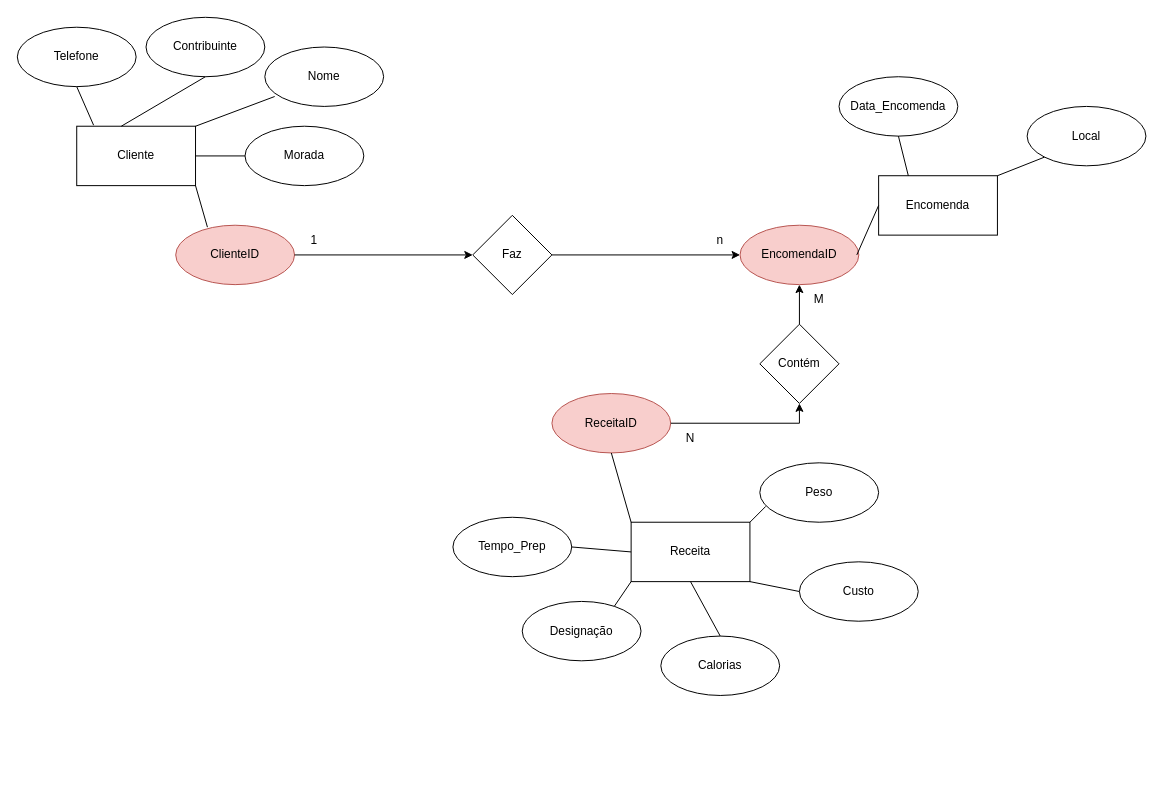
Before: Modelo EA - Praticas/pratica3.drawio in joaoabreu1/flowcharts, a draw.io diagram. Source tidied: cells renumbered, new cells numbered last; positions are measured from the earlier drawing's top-left corner, leaving out a move shared by most shapes. Both pictures are drawn from the tidied source at 99%, with x=0, y=0 at pixel (17, 17).
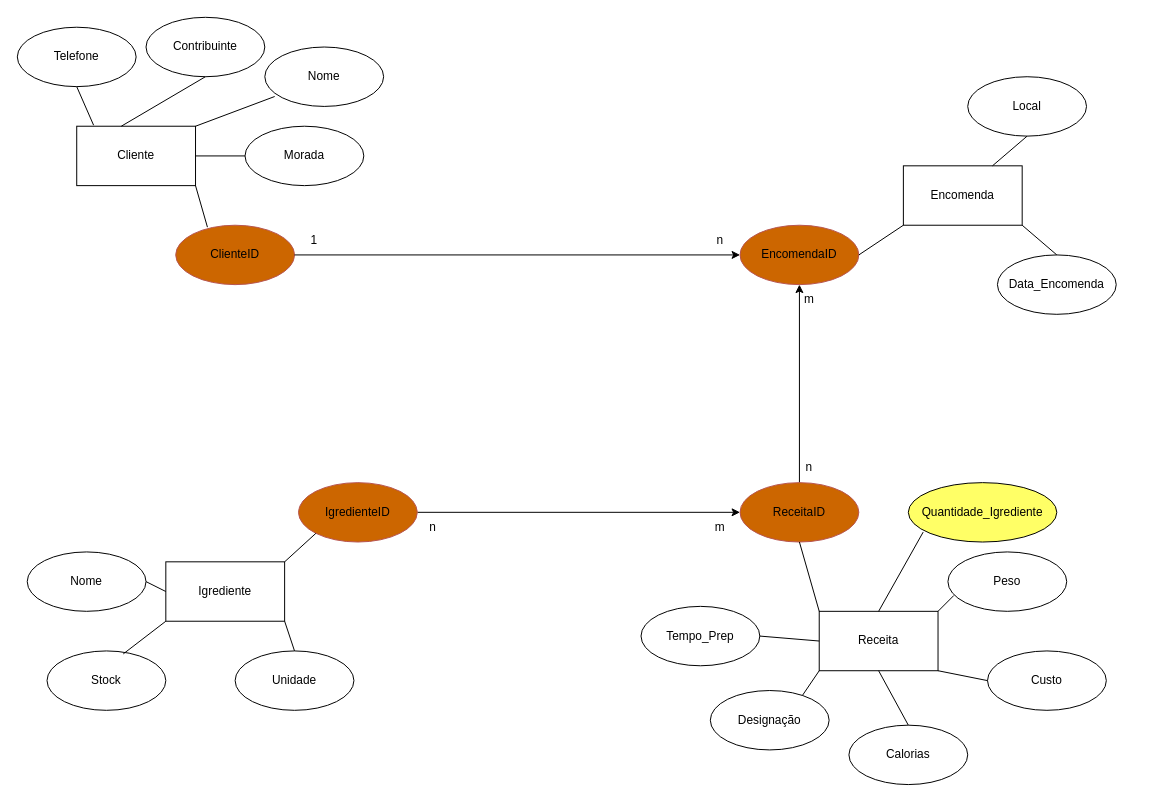
Above is the later version.

The edit, as a diff of the source:
```diff
@@
     <mxCell id="3" value="Encomenda" style="rounded=0;whiteSpace=wrap;html=1;" parent="1" vertex="1">
-      <mxGeometry x="870" y="160" width="120" height="60" as="geometry" />
+      <mxGeometry x="895" y="150" width="120" height="60" as="geometry" />
     </mxCell>
     <mxCell id="4" value="Receita" style="rounded=0;whiteSpace=wrap;html=1;" parent="1" vertex="1">
-      <mxGeometry x="620" y="510" width="120" height="60" as="geometry" />
+      <mxGeometry x="810" y="600" width="120" height="60" as="geometry" />
     </mxCell>
@@
-    <mxCell id="9" style="edgeStyle=orthogonalEdgeStyle;rounded=0;jettySize=auto;html=1;entryX=0;entryY=0.5;entryDx=0;entryDy=0;" parent="1" edge="1" source="37" target="11">
-      <mxGeometry relative="1" as="geometry" />
-    </mxCell>
-    <mxCell id="10" value="ClienteID" style="ellipse;whiteSpace=wrap;html=1;fillColor=#f8cecc;strokeColor=#b85450;" parent="1" vertex="1">
+    <mxCell id="10" value="ClienteID" style="ellipse;whiteSpace=wrap;html=1;fillColor=#CC6600;strokeColor=#b85450;" parent="1" vertex="1">
       <mxGeometry x="160" y="210" width="120" height="60" as="geometry" />
     </mxCell>
-    <mxCell id="11" value="EncomendaID" style="ellipse;whiteSpace=wrap;html=1;fillColor=#f8cecc;strokeColor=#b85450;" parent="1" vertex="1">
+    <mxCell id="11" value="EncomendaID" style="ellipse;whiteSpace=wrap;html=1;fillColor=#CC6600;strokeColor=#b85450;" parent="1" vertex="1">
       <mxGeometry x="730" y="210" width="120" height="60" as="geometry" />
     </mxCell>
-    <mxCell id="12" style="edgeStyle=orthogonalEdgeStyle;rounded=0;jettySize=auto;html=1;entryX=0.5;entryY=1;entryDx=0;entryDy=0;" parent="1" edge="1" source="40" target="11">
-      <mxGeometry relative="1" as="geometry" />
-    </mxCell>
+    <mxCell id="43" style="edgeStyle=orthogonalEdgeStyle;rounded=0;jettySize=auto;html=1;entryX=0.5;entryY=1;entryDx=0;entryDy=0;" parent="1" edge="1" source="13" target="11">
+      <mxGeometry relative="1" as="geometry" />
+    </mxCell>
-    <mxCell id="13" value="ReceitaID" style="ellipse;whiteSpace=wrap;html=1;fillColor=#f8cecc;strokeColor=#b85450;" parent="1" vertex="1">
-      <mxGeometry x="540" y="380" width="120" height="60" as="geometry" />
+    <mxCell id="13" value="ReceitaID" style="ellipse;whiteSpace=wrap;html=1;fillColor=#CC6600;strokeColor=#b85450;" parent="1" vertex="1">
+      <mxGeometry x="730" y="470" width="120" height="60" as="geometry" />
     </mxCell>
@@
     <mxCell id="19" value="Data_Encomenda" style="ellipse;whiteSpace=wrap;html=1;" parent="1" vertex="1">
-      <mxGeometry x="830" y="60" width="120" height="60" as="geometry" />
+      <mxGeometry x="990" y="240" width="120" height="60" as="geometry" />
     </mxCell>
     <mxCell id="20" value="Local" style="ellipse;whiteSpace=wrap;html=1;" parent="1" vertex="1">
-      <mxGeometry x="1020" y="90" width="120" height="60" as="geometry" />
+      <mxGeometry x="960" y="60" width="120" height="60" as="geometry" />
     </mxCell>
     <mxCell id="21" value="Designação" style="ellipse;whiteSpace=wrap;html=1;" parent="1" vertex="1">
-      <mxGeometry x="510" y="590" width="120" height="60" as="geometry" />
+      <mxGeometry x="700" y="680" width="120" height="60" as="geometry" />
     </mxCell>
     <mxCell id="22" value="Tempo_Prep" style="ellipse;whiteSpace=wrap;html=1;" parent="1" vertex="1">
-      <mxGeometry x="440" y="505" width="120" height="60" as="geometry" />
+      <mxGeometry x="630" y="595" width="120" height="60" as="geometry" />
     </mxCell>
     <mxCell id="23" value="Peso" style="ellipse;whiteSpace=wrap;html=1;" parent="1" vertex="1">
-      <mxGeometry x="750" y="450" width="120" height="60" as="geometry" />
+      <mxGeometry x="940" y="540" width="120" height="60" as="geometry" />
     </mxCell>
     <mxCell id="24" value="Calorias" style="ellipse;whiteSpace=wrap;html=1;" parent="1" vertex="1">
-      <mxGeometry x="650" y="625" width="120" height="60" as="geometry" />
+      <mxGeometry x="840" y="715" width="120" height="60" as="geometry" />
     </mxCell>
     <mxCell id="25" value="Custo" style="ellipse;whiteSpace=wrap;html=1;" parent="1" vertex="1">
-      <mxGeometry x="790" y="550" width="120" height="60" as="geometry" />
+      <mxGeometry x="980" y="640" width="120" height="60" as="geometry" />
     </mxCell>
-    <mxCell id="26" style="endArrow=none;html=1;rounded=0;exitX=0.5;exitY=1;exitDx=0;exitDy=0;entryX=0.25;entryY=0;entryDx=0;entryDy=0;" parent="1" edge="1" source="19" target="3">
+    <mxCell id="26" style="endArrow=none;html=1;rounded=0;exitX=0.5;exitY=0;exitDx=0;exitDy=0;entryX=1;entryY=1;entryDx=0;entryDy=0;" parent="1" edge="1" source="19" target="3">
       <mxGeometry relative="1" as="geometry" />
     </mxCell>
-    <mxCell id="27" style="endArrow=none;html=1;rounded=0;exitX=0.983;exitY=0.5;exitDx=0;exitDy=0;entryX=0;entryY=0.5;entryDx=0;entryDy=0;exitPerimeter=0;" parent="1" edge="1" source="11" target="3">
-      <mxGeometry relative="1" as="geometry" />
-    </mxCell>
-    <mxCell id="28" style="endArrow=none;html=1;rounded=0;exitX=0;exitY=1;exitDx=0;exitDy=0;entryX=1;entryY=0;entryDx=0;entryDy=0;" parent="1" edge="1" source="20" target="3">
-      <mxGeometry relative="1" as="geometry" />
+    <mxCell id="28" style="endArrow=none;html=1;rounded=0;exitX=0.5;exitY=1;exitDx=0;exitDy=0;entryX=1;entryY=0;entryDx=0;entryDy=0;" parent="1" edge="1" source="20">
+      <mxGeometry relative="1" as="geometry">
+        <mxPoint x="985" y="150" as="targetPoint" />
+      </mxGeometry>
     </mxCell>
@@
-    <mxCell id="36" style="edgeStyle=orthogonalEdgeStyle;rounded=0;jettySize=auto;html=1;entryX=0;entryY=0.5;entryDx=0;entryDy=0;" parent="1" edge="1" source="10" target="37">
+    <mxCell id="36" style="edgeStyle=orthogonalEdgeStyle;rounded=0;jettySize=auto;html=1;entryX=0;entryY=0.5;entryDx=0;entryDy=0;" parent="1" edge="1" source="10" target="11">
       <mxGeometry relative="1" as="geometry" />
     </mxCell>
-    <mxCell id="37" value="Faz" style="rhombus;whiteSpace=wrap;html=1;" parent="1" vertex="1">
-      <mxGeometry x="460" y="200" width="80" height="80" as="geometry" />
-    </mxCell>
@@
-    <mxCell id="39" style="edgeStyle=orthogonalEdgeStyle;rounded=0;jettySize=auto;html=1;entryX=0.5;entryY=1;entryDx=0;entryDy=0;" parent="1" edge="1" source="13" target="40">
-      <mxGeometry relative="1" as="geometry" />
-    </mxCell>
-    <mxCell id="40" value="Contém" style="rhombus;whiteSpace=wrap;html=1;" parent="1" vertex="1">
-      <mxGeometry x="750" y="310" width="80" height="80" as="geometry" />
-    </mxCell>
-    <mxCell id="41" value="N" style="text;html=1;align=center;verticalAlign=middle;whiteSpace=wrap;rounded=0;" parent="1" vertex="1">
-      <mxGeometry x="650" y="410" width="60" height="30" as="geometry" />
-    </mxCell>
-    <mxCell id="42" value="M" style="text;html=1;align=center;verticalAlign=middle;whiteSpace=wrap;rounded=0;" parent="1" vertex="1">
-      <mxGeometry x="780" y="270" width="60" height="30" as="geometry" />
-    </mxCell>
+    <mxCell id="27" style="endArrow=none;html=1;rounded=0;exitX=1;exitY=0.5;exitDx=0;exitDy=0;entryX=0;entryY=1;entryDx=0;entryDy=0;" parent="1" edge="1" source="11" target="3">
+      <mxGeometry relative="1" as="geometry" />
+    </mxCell>
+    <mxCell id="44" value="n" style="text;html=1;align=center;verticalAlign=middle;whiteSpace=wrap;rounded=0;" parent="1" vertex="1">
+      <mxGeometry x="770" y="440" width="60" height="30" as="geometry" />
+    </mxCell>
+    <mxCell id="45" value="m" style="text;html=1;align=center;verticalAlign=middle;whiteSpace=wrap;rounded=0;" parent="1" vertex="1">
+      <mxGeometry x="770" y="270" width="60" height="30" as="geometry" />
+    </mxCell>
+    <mxCell id="46" style="edgeStyle=orthogonalEdgeStyle;rounded=0;jettySize=auto;html=1;entryX=0;entryY=0.5;entryDx=0;entryDy=0;" parent="1" edge="1" source="47" target="13">
+      <mxGeometry relative="1" as="geometry" />
+    </mxCell>
+    <mxCell id="47" value="IgredienteID" style="ellipse;whiteSpace=wrap;html=1;fillColor=#CC6600;strokeColor=#b85450;" parent="1" vertex="1">
+      <mxGeometry x="284" y="470" width="120" height="60" as="geometry" />
+    </mxCell>
+    <mxCell id="48" value="Igrediente" style="rounded=0;whiteSpace=wrap;html=1;" parent="1" vertex="1">
+      <mxGeometry x="150" y="550" width="120" height="60" as="geometry" />
+    </mxCell>
+    <mxCell id="49" value="Nome" style="ellipse;whiteSpace=wrap;html=1;" parent="1" vertex="1">
+      <mxGeometry x="10" y="540" width="120" height="60" as="geometry" />
+    </mxCell>
+    <mxCell id="50" value="Unidade" style="ellipse;whiteSpace=wrap;html=1;" parent="1" vertex="1">
+      <mxGeometry x="220" y="640" width="120" height="60" as="geometry" />
+    </mxCell>
+    <mxCell id="51" value="Stock" style="ellipse;whiteSpace=wrap;html=1;" parent="1" vertex="1">
+      <mxGeometry x="30" y="640" width="120" height="60" as="geometry" />
+    </mxCell>
+    <mxCell id="52" style="endArrow=none;html=1;rounded=0;exitX=1;exitY=0;exitDx=0;exitDy=0;entryX=0;entryY=1;entryDx=0;entryDy=0;" parent="1" edge="1" source="48" target="47">
+      <mxGeometry relative="1" as="geometry" />
+    </mxCell>
+    <mxCell id="53" style="endArrow=none;html=1;rounded=0;exitX=0.5;exitY=0;exitDx=0;exitDy=0;entryX=1;entryY=1;entryDx=0;entryDy=0;" parent="1" edge="1" source="50" target="48">
+      <mxGeometry relative="1" as="geometry" />
+    </mxCell>
+    <mxCell id="54" style="endArrow=none;html=1;rounded=0;exitX=0.642;exitY=0.05;exitDx=0;exitDy=0;entryX=0;entryY=1;entryDx=0;entryDy=0;exitPerimeter=0;" parent="1" edge="1" source="51" target="48">
+      <mxGeometry relative="1" as="geometry" />
+    </mxCell>
+    <mxCell id="55" style="endArrow=none;html=1;rounded=0;exitX=1;exitY=0.5;exitDx=0;exitDy=0;entryX=0;entryY=0.5;entryDx=0;entryDy=0;" parent="1" edge="1" source="49" target="48">
+      <mxGeometry relative="1" as="geometry" />
+    </mxCell>
+    <mxCell id="56" value="Quantidade_Igrediente" style="ellipse;whiteSpace=wrap;html=1;fillColor=light-dark(#FFFF66,var(--ge-dark-color, #121212));" parent="1" vertex="1">
+      <mxGeometry x="900" y="470" width="150" height="60" as="geometry" />
+    </mxCell>
+    <mxCell id="57" style="endArrow=none;html=1;rounded=0;exitX=0.1;exitY=0.833;exitDx=0;exitDy=0;entryX=0.5;entryY=0;entryDx=0;entryDy=0;exitPerimeter=0;" parent="1" edge="1" source="56" target="4">
+      <mxGeometry relative="1" as="geometry" />
+    </mxCell>
+    <mxCell id="58" value="n" style="text;html=1;align=center;verticalAlign=middle;whiteSpace=wrap;rounded=0;" parent="1" vertex="1">
+      <mxGeometry x="390" y="500" width="60" height="30" as="geometry" />
+    </mxCell>
+    <mxCell id="59" value="m" style="text;html=1;align=center;verticalAlign=middle;whiteSpace=wrap;rounded=0;" parent="1" vertex="1">
+      <mxGeometry x="680" y="500" width="60" height="30" as="geometry" />
+    </mxCell>
```
